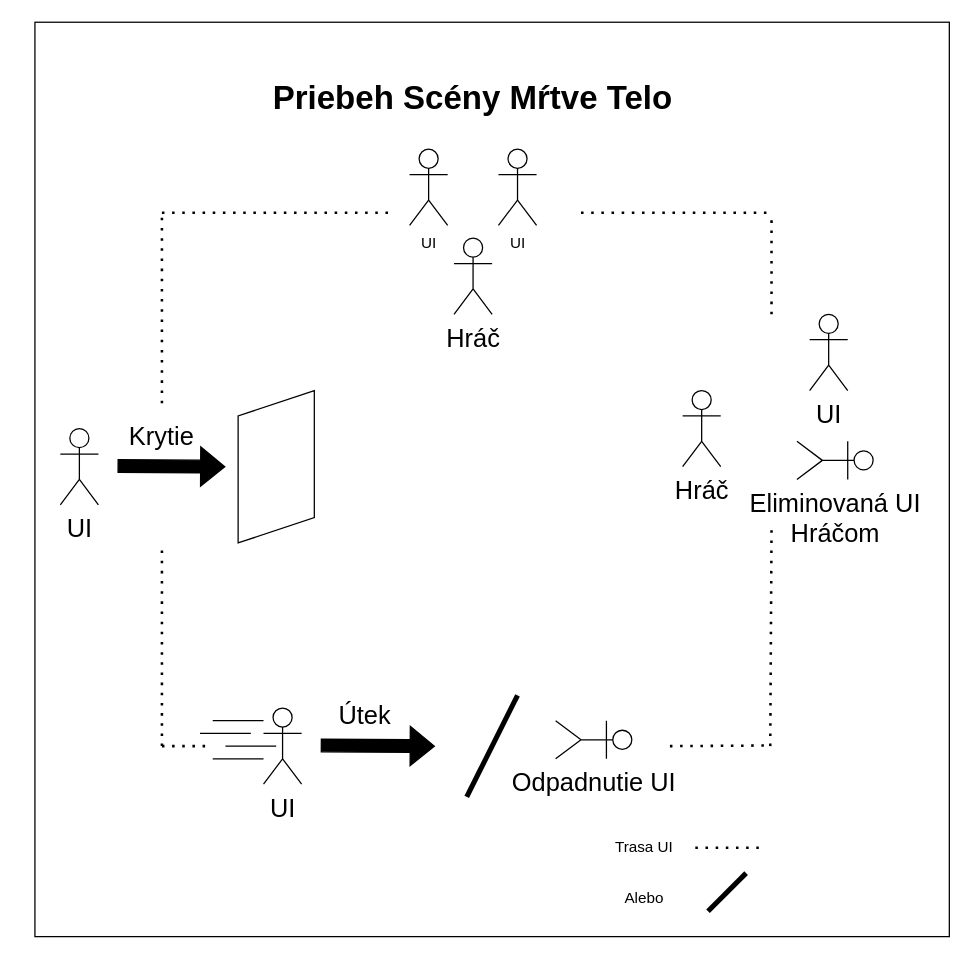
MatejMistik/bachelors-fear-factor keeps this draw.io diagram as DeadBody.drawio. Above is the earlier version. Source tidied: cells renumbered, new cells numbered last; positions are measured from the earlier drawing's top-left corner, leaving out a move shared by most shapes. Both pictures are drawn from the tidied source at 127%, with x=0, y=0 at pixel (34, 22).
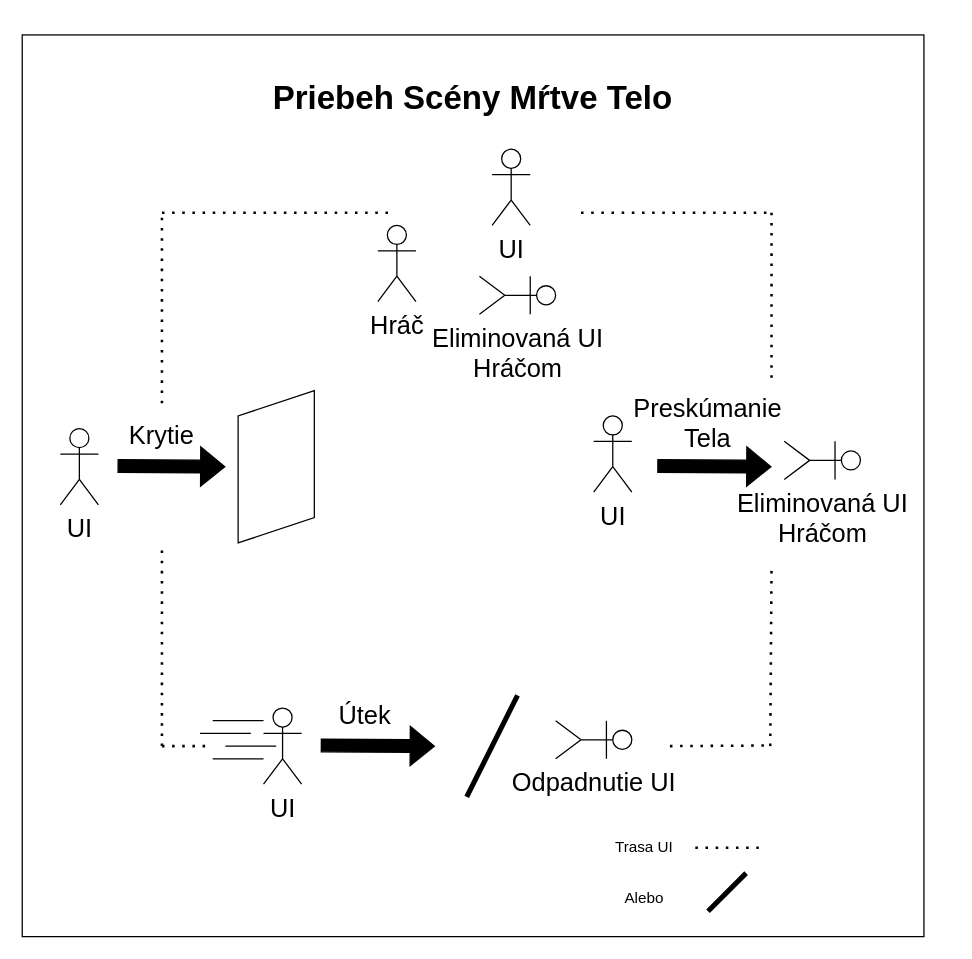
The same diagram, later.

The edit, as a diff of the source:
```diff
@@
-    <mxCell id="2" style="whiteSpace=wrap;html=1;fontSize=40;" parent="1" vertex="1">
-      <mxGeometry width="720" height="720" as="geometry" />
-    </mxCell>
-    <mxCell id="3" value="UI" style="shape=umlActor;verticalLabelPosition=bottom;verticalAlign=top;html=1;" parent="1" vertex="1">
-      <mxGeometry x="295" y="100" width="30" height="60" as="geometry" />
-    </mxCell>
+    <mxCell id="35" style="whiteSpace=wrap;html=1;" parent="1" vertex="1">
+      <mxGeometry x="-10" y="10" width="710" height="710" as="geometry" />
+    </mxCell>
@@
     <mxCell id="9" value="&lt;font style=&quot;font-size: 20px;&quot;&gt;UI&lt;/font&gt;" style="shape=umlActor;verticalLabelPosition=bottom;verticalAlign=top;html=1;" parent="1" vertex="1">
-      <mxGeometry x="610" y="230" width="30" height="60" as="geometry" />
+      <mxGeometry x="360" y="100" width="30" height="60" as="geometry" />
     </mxCell>
     <mxCell id="10" value="&lt;font style=&quot;font-size: 20px;&quot;&gt;Hráč&lt;/font&gt;" style="shape=umlActor;verticalLabelPosition=bottom;verticalAlign=top;html=1;" parent="1" vertex="1">
-      <mxGeometry x="510" y="290" width="30" height="60" as="geometry" />
+      <mxGeometry x="270" y="160" width="30" height="60" as="geometry" />
     </mxCell>
@@
     <mxCell id="16" style="endArrow=none;dashed=1;html=1;dashPattern=1 3;strokeWidth=2;rounded=0;" parent="1" edge="1">
       <mxGeometry relative="1" as="geometry">
         <mxPoint x="579" y="570" as="sourcePoint" />
-        <mxPoint x="580" y="400" as="targetPoint" />
+        <mxPoint x="580" y="430" as="targetPoint" />
       </mxGeometry>
     </mxCell>
     <mxCell id="17" style="endArrow=none;dashed=1;html=1;dashPattern=1 3;strokeWidth=2;rounded=0;" parent="1" edge="1">
       <mxGeometry relative="1" as="geometry">
-        <mxPoint x="580" y="230" as="sourcePoint" />
+        <mxPoint x="580" y="280" as="sourcePoint" />
         <mxPoint x="580" y="150" as="targetPoint" />
       </mxGeometry>
     </mxCell>
@@
-    <mxCell id="21" value="UI" style="shape=umlActor;verticalLabelPosition=bottom;verticalAlign=top;html=1;" parent="1" vertex="1">
-      <mxGeometry x="365" y="100" width="30" height="60" as="geometry" />
-    </mxCell>
     <mxCell id="22" value="&lt;span style=&quot;font-size: 20px;&quot;&gt;Eliminovaná UI&lt;br&gt;Hráčom&lt;br&gt;&lt;/span&gt;" style="shape=umlActor;verticalLabelPosition=bottom;verticalAlign=top;html=1;direction=south;" parent="1" vertex="1">
-      <mxGeometry x="600" y="330" width="60" height="30" as="geometry" />
+      <mxGeometry x="350" y="200" width="60" height="30" as="geometry" />
     </mxCell>
@@
-    <mxCell id="32" value="&lt;font style=&quot;font-size: 20px;&quot;&gt;Hráč&lt;/font&gt;" style="shape=umlActor;verticalLabelPosition=bottom;verticalAlign=top;html=1;" parent="1" vertex="1">
-      <mxGeometry x="330" y="170" width="30" height="60" as="geometry" />
-    </mxCell>
@@
+    <mxCell id="36" value="&lt;font style=&quot;font-size: 20px;&quot;&gt;UI&lt;/font&gt;" style="shape=umlActor;verticalLabelPosition=bottom;verticalAlign=top;html=1;" parent="1" vertex="1">
+      <mxGeometry x="440" y="310" width="30" height="60" as="geometry" />
+    </mxCell>
+    <mxCell id="37" value="&lt;span style=&quot;font-size: 20px;&quot;&gt;Eliminovaná UI&lt;br&gt;Hráčom&lt;br&gt;&lt;/span&gt;" style="shape=umlActor;verticalLabelPosition=bottom;verticalAlign=top;html=1;direction=south;" parent="1" vertex="1">
+      <mxGeometry x="590" y="330" width="60" height="30" as="geometry" />
+    </mxCell>
+    <mxCell id="38" style="shape=flexArrow;endArrow=classic;html=1;rounded=0;fontSize=20;fillColor=#000000;" parent="1" edge="1">
+      <mxGeometry relative="1" as="geometry">
+        <mxPoint x="490" y="349.5" as="sourcePoint" />
+        <mxPoint x="580" y="350" as="targetPoint" />
+      </mxGeometry>
+    </mxCell>
+    <mxCell id="39" value="Preskúmanie Tela" style="text;html=1;strokeColor=none;fillColor=none;align=center;verticalAlign=middle;whiteSpace=wrap;rounded=0;fontSize=20;" parent="1" vertex="1">
+      <mxGeometry x="500" y="300" width="60" height="30" as="geometry" />
+    </mxCell>
```
